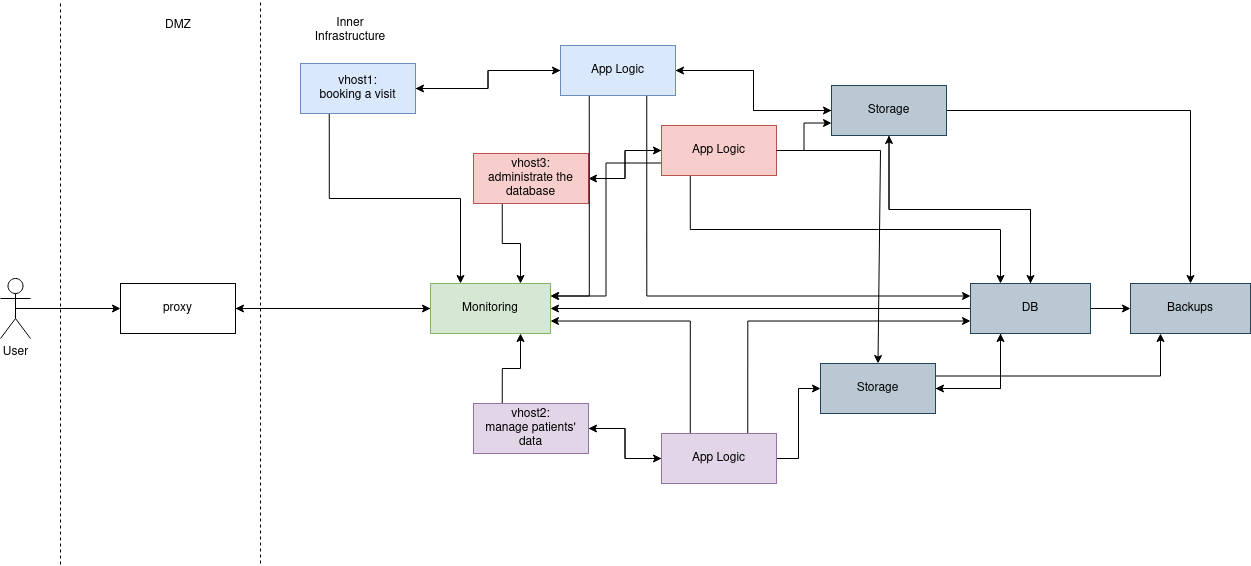
Earlier version of the draw.io export misc/bov-project.png (Kryozen/hospital-infrastructure-using-docker). Source tidied: cells renumbered, new cells last; positions are measured from the earlier drawing's top-left corner, leaving out a move shared by most shapes.
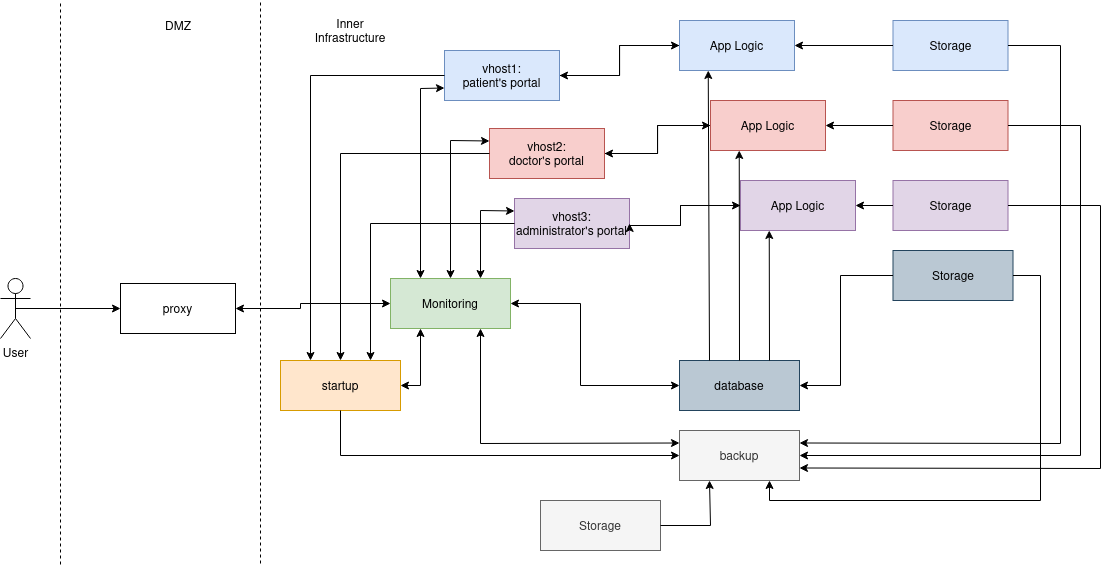
Later version of the same file.

Change to the diagram source:
```diff
@@ -7,7 +7,4 @@
     </mxCell>
-    <mxCell id="3" style="edgeStyle=orthogonalEdgeStyle;rounded=0;jettySize=auto;html=1;exitX=0.25;exitY=1;exitDx=0;exitDy=0;entryX=0.25;entryY=0;entryDx=0;entryDy=0;" parent="1" edge="1" source="4" target="17">
-      <mxGeometry relative="1" as="geometry" />
-    </mxCell>
-    <mxCell id="4" value="vhost1:&lt;br&gt;booking a visit" style="rounded=0;whiteSpace=wrap;html=1;fillColor=#dae8fc;strokeColor=#6c8ebf;" parent="1" vertex="1">
-      <mxGeometry x="300" y="63" width="115" height="50" as="geometry" />
+    <mxCell id="4" value="vhost1:&lt;br&gt;patient's portal" style="rounded=0;whiteSpace=wrap;html=1;fillColor=#dae8fc;strokeColor=#6c8ebf;" parent="1" vertex="1">
+      <mxGeometry x="444" y="50" width="115" height="50" as="geometry" />
     </mxCell>
@@ -16,16 +13,15 @@
     </mxCell>
-    <mxCell id="6" style="edgeStyle=orthogonalEdgeStyle;rounded=0;jettySize=auto;html=1;exitX=0.25;exitY=1;exitDx=0;exitDy=0;entryX=0.75;entryY=0;entryDx=0;entryDy=0;" parent="1" edge="1" source="7" target="17">
-      <mxGeometry relative="1" as="geometry" />
-    </mxCell>
-    <mxCell id="7" value="vhost3:&lt;br&gt;administrate the database" style="rounded=0;whiteSpace=wrap;html=1;fillColor=#f8cecc;strokeColor=#b85450;" parent="1" vertex="1">
-      <mxGeometry x="473" y="153" width="115" height="50" as="geometry" />
+    <mxCell id="7" value="vhost2:&lt;br&gt;doctor's portal" style="rounded=0;whiteSpace=wrap;html=1;fillColor=#f8cecc;strokeColor=#b85450;" parent="1" vertex="1">
+      <mxGeometry x="489" y="128" width="115" height="50" as="geometry" />
     </mxCell>
     <mxCell id="8" style="edgeStyle=orthogonalEdgeStyle;rounded=0;jettySize=auto;html=1;exitX=1;exitY=0.5;exitDx=0;exitDy=0;entryX=0;entryY=0.5;entryDx=0;entryDy=0;" parent="1" edge="1" source="10" target="36">
-      <mxGeometry relative="1" as="geometry" />
+      <mxGeometry relative="1" as="geometry">
+        <Array as="points">
+          <mxPoint x="680" y="225" />
+          <mxPoint x="680" y="205" />
+        </Array>
+      </mxGeometry>
     </mxCell>
-    <mxCell id="9" style="edgeStyle=orthogonalEdgeStyle;rounded=0;jettySize=auto;html=1;exitX=0.25;exitY=0;exitDx=0;exitDy=0;entryX=0.75;entryY=1;entryDx=0;entryDy=0;" parent="1" edge="1" source="10" target="17">
-      <mxGeometry relative="1" as="geometry" />
-    </mxCell>
-    <mxCell id="10" value="vhost2:&lt;br&gt;manage patients' data" style="rounded=0;whiteSpace=wrap;html=1;fillColor=#e1d5e7;strokeColor=#9673a6;" parent="1" vertex="1">
-      <mxGeometry x="473" y="403" width="115" height="50" as="geometry" />
+    <mxCell id="10" value="vhost3:&lt;br&gt;administrator's portal" style="rounded=0;whiteSpace=wrap;html=1;fillColor=#e1d5e7;strokeColor=#9673a6;" parent="1" vertex="1">
+      <mxGeometry x="514" y="198" width="115" height="50" as="geometry" />
     </mxCell>
@@ -34,5 +30,2 @@
     </mxCell>
-    <mxCell id="12" style="edgeStyle=orthogonalEdgeStyle;rounded=0;jettySize=auto;html=1;exitX=1;exitY=0.5;exitDx=0;exitDy=0;entryX=0;entryY=0.5;entryDx=0;entryDy=0;" parent="1" edge="1" source="13" target="17">
-      <mxGeometry relative="1" as="geometry" />
-    </mxCell>
     <mxCell id="13" value="proxy" style="rounded=0;whiteSpace=wrap;html=1;" parent="1" vertex="1">
@@ -52,7 +45,4 @@
     </mxCell>
-    <mxCell id="16" style="edgeStyle=orthogonalEdgeStyle;rounded=0;jettySize=auto;html=1;exitX=0;exitY=0.5;exitDx=0;exitDy=0;entryX=1;entryY=0.5;entryDx=0;entryDy=0;" parent="1" edge="1" source="17" target="13">
-      <mxGeometry relative="1" as="geometry" />
-    </mxCell>
     <mxCell id="17" value="Monitoring" style="rounded=0;whiteSpace=wrap;html=1;fillColor=#d5e8d4;strokeColor=#82b366;" parent="1" vertex="1">
-      <mxGeometry x="430" y="283" width="120" height="50" as="geometry" />
+      <mxGeometry x="390" y="278" width="120" height="50" as="geometry" />
     </mxCell>
@@ -61,13 +51,4 @@
     </mxCell>
-    <mxCell id="19" style="edgeStyle=orthogonalEdgeStyle;rounded=0;jettySize=auto;html=1;exitX=1;exitY=0.5;exitDx=0;exitDy=0;entryX=0;entryY=0.5;entryDx=0;entryDy=0;" parent="1" edge="1" source="22" target="31">
-      <mxGeometry relative="1" as="geometry" />
-    </mxCell>
-    <mxCell id="20" style="edgeStyle=orthogonalEdgeStyle;rounded=0;jettySize=auto;html=1;exitX=0.75;exitY=1;exitDx=0;exitDy=0;entryX=0;entryY=0.25;entryDx=0;entryDy=0;" parent="1" edge="1" source="22" target="44">
-      <mxGeometry relative="1" as="geometry" />
-    </mxCell>
-    <mxCell id="21" style="edgeStyle=orthogonalEdgeStyle;rounded=0;jettySize=auto;html=1;exitX=0.25;exitY=1;exitDx=0;exitDy=0;entryX=1;entryY=0.25;entryDx=0;entryDy=0;" parent="1" edge="1" source="22" target="17">
-      <mxGeometry relative="1" as="geometry" />
-    </mxCell>
     <mxCell id="22" value="App Logic" style="rounded=0;whiteSpace=wrap;html=1;fillColor=#dae8fc;strokeColor=#6c8ebf;" parent="1" vertex="1">
-      <mxGeometry x="560" y="45" width="115" height="50" as="geometry" />
+      <mxGeometry x="679" y="20" width="115" height="50" as="geometry" />
     </mxCell>
@@ -76,68 +57,16 @@
     </mxCell>
-    <mxCell id="24" style="edgeStyle=orthogonalEdgeStyle;rounded=0;jettySize=auto;html=1;exitX=1;exitY=0.5;exitDx=0;exitDy=0;entryX=0;entryY=0.75;entryDx=0;entryDy=0;" parent="1" edge="1" source="27" target="31">
-      <mxGeometry relative="1" as="geometry" />
-    </mxCell>
-    <mxCell id="25" style="edgeStyle=orthogonalEdgeStyle;rounded=0;jettySize=auto;html=1;exitX=0.25;exitY=1;exitDx=0;exitDy=0;entryX=0.25;entryY=0;entryDx=0;entryDy=0;" parent="1" edge="1" source="27" target="44">
-      <mxGeometry relative="1" as="geometry" />
-    </mxCell>
-    <mxCell id="26" style="edgeStyle=orthogonalEdgeStyle;rounded=0;jettySize=auto;html=1;exitX=0;exitY=0.75;exitDx=0;exitDy=0;entryX=1;entryY=0.25;entryDx=0;entryDy=0;" parent="1" edge="1" source="27" target="17">
-      <mxGeometry relative="1" as="geometry" />
-    </mxCell>
-    <mxCell id="27" value="App Logic" style="rounded=0;whiteSpace=wrap;html=1;fillColor=#f8cecc;strokeColor=#b85450;" parent="1" vertex="1">
-      <mxGeometry x="661" y="125" width="115" height="50" as="geometry" />
-    </mxCell>
-    <mxCell id="28" style="edgeStyle=orthogonalEdgeStyle;rounded=0;jettySize=auto;html=1;exitX=0;exitY=0.5;exitDx=0;exitDy=0;entryX=1;entryY=0.5;entryDx=0;entryDy=0;" parent="1" edge="1" source="31" target="22">
-      <mxGeometry relative="1" as="geometry" />
-    </mxCell>
-    <mxCell id="29" style="edgeStyle=orthogonalEdgeStyle;rounded=0;jettySize=auto;html=1;exitX=0.5;exitY=1;exitDx=0;exitDy=0;entryX=0.5;entryY=0;entryDx=0;entryDy=0;" parent="1" edge="1" source="31" target="44">
-      <mxGeometry relative="1" as="geometry" />
-    </mxCell>
-    <mxCell id="30" style="edgeStyle=orthogonalEdgeStyle;rounded=0;jettySize=auto;html=1;exitX=1;exitY=0.5;exitDx=0;exitDy=0;entryX=0.5;entryY=0;entryDx=0;entryDy=0;" parent="1" edge="1" source="31" target="45">
-      <mxGeometry relative="1" as="geometry" />
-    </mxCell>
-    <mxCell id="31" value="Storage" style="rounded=0;whiteSpace=wrap;html=1;fillColor=#bac8d3;strokeColor=#23445d;" parent="1" vertex="1">
-      <mxGeometry x="831" y="85" width="115" height="50" as="geometry" />
-    </mxCell>
     <mxCell id="32" style="edgeStyle=orthogonalEdgeStyle;rounded=0;jettySize=auto;html=1;exitX=0;exitY=0.5;exitDx=0;exitDy=0;entryX=1;entryY=0.5;entryDx=0;entryDy=0;" parent="1" edge="1" source="36" target="10">
-      <mxGeometry relative="1" as="geometry" />
+      <mxGeometry relative="1" as="geometry">
+        <Array as="points">
+          <mxPoint x="680" y="205" />
+          <mxPoint x="680" y="225" />
+        </Array>
+      </mxGeometry>
     </mxCell>
-    <mxCell id="33" style="edgeStyle=orthogonalEdgeStyle;rounded=0;jettySize=auto;html=1;exitX=1;exitY=0.5;exitDx=0;exitDy=0;entryX=0;entryY=0.5;entryDx=0;entryDy=0;" parent="1" edge="1" source="36" target="39">
-      <mxGeometry relative="1" as="geometry" />
-    </mxCell>
-    <mxCell id="34" style="edgeStyle=orthogonalEdgeStyle;rounded=0;jettySize=auto;html=1;exitX=0.75;exitY=0;exitDx=0;exitDy=0;entryX=0;entryY=0.75;entryDx=0;entryDy=0;" parent="1" edge="1" source="36" target="44">
-      <mxGeometry relative="1" as="geometry" />
-    </mxCell>
-    <mxCell id="35" style="edgeStyle=orthogonalEdgeStyle;rounded=0;jettySize=auto;html=1;exitX=0.25;exitY=0;exitDx=0;exitDy=0;entryX=1;entryY=0.75;entryDx=0;entryDy=0;" parent="1" edge="1" source="36" target="17">
-      <mxGeometry relative="1" as="geometry" />
-    </mxCell>
     <mxCell id="36" value="App Logic" style="rounded=0;whiteSpace=wrap;html=1;fillColor=#e1d5e7;strokeColor=#9673a6;" parent="1" vertex="1">
-      <mxGeometry x="661" y="433" width="115" height="50" as="geometry" />
+      <mxGeometry x="740" y="180" width="115" height="50" as="geometry" />
     </mxCell>
-    <mxCell id="37" style="edgeStyle=orthogonalEdgeStyle;rounded=0;jettySize=auto;html=1;exitX=1;exitY=0.5;exitDx=0;exitDy=0;entryX=0.25;entryY=1;entryDx=0;entryDy=0;" parent="1" edge="1" source="39" target="44">
-      <mxGeometry relative="1" as="geometry" />
-    </mxCell>
-    <mxCell id="38" style="edgeStyle=orthogonalEdgeStyle;rounded=0;jettySize=auto;html=1;exitX=1;exitY=0.25;exitDx=0;exitDy=0;entryX=0.25;entryY=1;entryDx=0;entryDy=0;" parent="1" edge="1" source="39" target="45">
-      <mxGeometry relative="1" as="geometry" />
-    </mxCell>
-    <mxCell id="39" value="Storage" style="rounded=0;whiteSpace=wrap;html=1;fillColor=#bac8d3;strokeColor=#23445d;" parent="1" vertex="1">
-      <mxGeometry x="820" y="363" width="115" height="50" as="geometry" />
-    </mxCell>
-    <mxCell id="40" style="edgeStyle=orthogonalEdgeStyle;rounded=0;jettySize=auto;html=1;exitX=0.5;exitY=0;exitDx=0;exitDy=0;entryX=0.5;entryY=1;entryDx=0;entryDy=0;" parent="1" edge="1" source="44" target="31">
-      <mxGeometry relative="1" as="geometry" />
-    </mxCell>
-    <mxCell id="41" style="edgeStyle=orthogonalEdgeStyle;rounded=0;jettySize=auto;html=1;exitX=0.25;exitY=1;exitDx=0;exitDy=0;entryX=1;entryY=0.5;entryDx=0;entryDy=0;" parent="1" edge="1" source="44" target="39">
-      <mxGeometry relative="1" as="geometry" />
-    </mxCell>
-    <mxCell id="42" style="edgeStyle=orthogonalEdgeStyle;rounded=0;jettySize=auto;html=1;exitX=0;exitY=0.5;exitDx=0;exitDy=0;entryX=1;entryY=0.5;entryDx=0;entryDy=0;" parent="1" edge="1" source="44" target="17">
-      <mxGeometry relative="1" as="geometry" />
-    </mxCell>
-    <mxCell id="43" style="edgeStyle=orthogonalEdgeStyle;rounded=0;jettySize=auto;html=1;exitX=1;exitY=0.5;exitDx=0;exitDy=0;entryX=0;entryY=0.5;entryDx=0;entryDy=0;" parent="1" edge="1" source="44" target="45">
-      <mxGeometry relative="1" as="geometry" />
-    </mxCell>
-    <mxCell id="44" value="DB" style="rounded=0;whiteSpace=wrap;html=1;fillColor=#bac8d3;strokeColor=#23445d;" parent="1" vertex="1">
-      <mxGeometry x="970" y="283" width="120" height="50" as="geometry" />
+    <mxCell id="44" value="database" style="rounded=0;whiteSpace=wrap;html=1;fillColor=#bac8d3;strokeColor=#23445d;" parent="1" vertex="1">
+      <mxGeometry x="679" y="360" width="120" height="50" as="geometry" />
     </mxCell>
-    <mxCell id="45" value="Backups" style="rounded=0;whiteSpace=wrap;html=1;fillColor=#bac8d3;strokeColor=#23445d;" parent="1" vertex="1">
-      <mxGeometry x="1130" y="283" width="120" height="50" as="geometry" />
-    </mxCell>
     <mxCell id="46" value="DMZ" style="text;html=1;strokeColor=none;fillColor=none;align=center;verticalAlign=middle;whiteSpace=wrap;rounded=0;" parent="1" vertex="1">
@@ -148,9 +77,2 @@
     </mxCell>
-    <mxCell id="48" style="endArrow=classic;html=1;rounded=0;exitX=1;exitY=0.5;exitDx=0;exitDy=0;entryX=0.5;entryY=0;entryDx=0;entryDy=0;" parent="1" edge="1" source="27" target="39">
-      <mxGeometry relative="1" as="geometry">
-        <Array as="points">
-          <mxPoint x="880" y="150" />
-        </Array>
-      </mxGeometry>
-    </mxCell>
     <mxCell id="49" style="endArrow=classic;html=1;rounded=0;exitX=0.5;exitY=0.5;exitDx=0;exitDy=0;exitPerimeter=0;entryX=0;entryY=0.5;entryDx=0;entryDy=0;" parent="1" edge="1" source="11" target="13">
@@ -158,2 +80,171 @@
     </mxCell>
+    <mxCell id="27" value="App Logic" style="rounded=0;whiteSpace=wrap;html=1;fillColor=#f8cecc;strokeColor=#b85450;" parent="1" vertex="1">
+      <mxGeometry x="710" y="100" width="115" height="50" as="geometry" />
+    </mxCell>
+    <mxCell id="50" value="startup" style="rounded=0;whiteSpace=wrap;html=1;fillColor=#ffe6cc;strokeColor=#d79b00;" parent="1" vertex="1">
+      <mxGeometry x="280" y="360" width="120" height="50" as="geometry" />
+    </mxCell>
+    <mxCell id="51" style="endArrow=classic;html=1;rounded=0;entryX=0.25;entryY=0;entryDx=0;entryDy=0;exitX=0;exitY=0.5;exitDx=0;exitDy=0;" parent="1" edge="1" source="4" target="50">
+      <mxGeometry relative="1" as="geometry">
+        <Array as="points">
+          <mxPoint x="310" y="75" />
+        </Array>
+      </mxGeometry>
+    </mxCell>
+    <mxCell id="52" style="endArrow=classic;html=1;rounded=0;entryX=0.5;entryY=0;entryDx=0;entryDy=0;exitX=0;exitY=0.5;exitDx=0;exitDy=0;" parent="1" edge="1" source="7" target="50">
+      <mxGeometry relative="1" as="geometry">
+        <Array as="points">
+          <mxPoint x="340" y="153" />
+        </Array>
+      </mxGeometry>
+    </mxCell>
+    <mxCell id="53" style="endArrow=classic;html=1;rounded=0;entryX=0.75;entryY=0;entryDx=0;entryDy=0;exitX=0;exitY=0.5;exitDx=0;exitDy=0;" parent="1" edge="1" source="10" target="50">
+      <mxGeometry relative="1" as="geometry">
+        <Array as="points">
+          <mxPoint x="370" y="223" />
+        </Array>
+      </mxGeometry>
+    </mxCell>
+    <mxCell id="54" value="Storage" style="rounded=0;whiteSpace=wrap;html=1;fillColor=#dae8fc;strokeColor=#6c8ebf;" parent="1" vertex="1">
+      <mxGeometry x="892.5" y="20" width="115" height="50" as="geometry" />
+    </mxCell>
+    <mxCell id="55" value="Storage" style="rounded=0;whiteSpace=wrap;html=1;fillColor=#f8cecc;strokeColor=#b85450;" parent="1" vertex="1">
+      <mxGeometry x="892.5" y="100" width="115" height="50" as="geometry" />
+    </mxCell>
+    <mxCell id="56" value="Storage" style="rounded=0;whiteSpace=wrap;html=1;fillColor=#e1d5e7;strokeColor=#9673a6;" parent="1" vertex="1">
+      <mxGeometry x="892.5" y="180" width="115" height="50" as="geometry" />
+    </mxCell>
+    <mxCell id="57" style="endArrow=classic;html=1;rounded=0;entryX=0.25;entryY=1;entryDx=0;entryDy=0;exitX=0.25;exitY=0;exitDx=0;exitDy=0;" parent="1" edge="1" source="44" target="22">
+      <mxGeometry relative="1" as="geometry" />
+    </mxCell>
+    <mxCell id="58" style="endArrow=classic;html=1;rounded=0;exitX=0.5;exitY=0;exitDx=0;exitDy=0;entryX=0.25;entryY=1;entryDx=0;entryDy=0;" parent="1" edge="1" source="44" target="27">
+      <mxGeometry relative="1" as="geometry" />
+    </mxCell>
+    <mxCell id="59" style="endArrow=classic;html=1;rounded=0;exitX=0.75;exitY=0;exitDx=0;exitDy=0;entryX=0.25;entryY=1;entryDx=0;entryDy=0;" parent="1" edge="1" source="44" target="36">
+      <mxGeometry relative="1" as="geometry" />
+    </mxCell>
+    <mxCell id="60" value="Storage" style="rounded=0;whiteSpace=wrap;html=1;fillColor=#bac8d3;strokeColor=#23445d;" parent="1" vertex="1">
+      <mxGeometry x="892.5" y="250" width="120" height="50" as="geometry" />
+    </mxCell>
+    <mxCell id="61" style="endArrow=classic;html=1;rounded=0;entryX=1;entryY=0.5;entryDx=0;entryDy=0;exitX=0;exitY=0.5;exitDx=0;exitDy=0;" parent="1" edge="1" source="54" target="22">
+      <mxGeometry relative="1" as="geometry" />
+    </mxCell>
+    <mxCell id="62" style="endArrow=classic;html=1;rounded=0;entryX=1;entryY=0.5;entryDx=0;entryDy=0;exitX=0;exitY=0.5;exitDx=0;exitDy=0;" parent="1" edge="1" source="55" target="27">
+      <mxGeometry relative="1" as="geometry" />
+    </mxCell>
+    <mxCell id="63" style="endArrow=classic;html=1;rounded=0;exitX=0;exitY=0.5;exitDx=0;exitDy=0;entryX=1;entryY=0.5;entryDx=0;entryDy=0;" parent="1" edge="1" source="56" target="36">
+      <mxGeometry relative="1" as="geometry" />
+    </mxCell>
+    <mxCell id="64" style="endArrow=classic;html=1;rounded=0;entryX=1;entryY=0.5;entryDx=0;entryDy=0;exitX=0;exitY=0.5;exitDx=0;exitDy=0;" parent="1" edge="1" source="60" target="44">
+      <mxGeometry relative="1" as="geometry">
+        <Array as="points">
+          <mxPoint x="840" y="275" />
+          <mxPoint x="840" y="385" />
+        </Array>
+      </mxGeometry>
+    </mxCell>
+    <mxCell id="65" value="backup" style="rounded=0;whiteSpace=wrap;html=1;fillColor=#f5f5f5;strokeColor=#666666;fontColor=#333333;" parent="1" vertex="1">
+      <mxGeometry x="679" y="430" width="120" height="50" as="geometry" />
+    </mxCell>
+    <mxCell id="66" style="endArrow=classic;html=1;rounded=0;entryX=1;entryY=0.75;entryDx=0;entryDy=0;exitX=1;exitY=0.5;exitDx=0;exitDy=0;" parent="1" edge="1" source="56" target="65">
+      <mxGeometry relative="1" as="geometry">
+        <Array as="points">
+          <mxPoint x="1100" y="205" />
+          <mxPoint x="1100" y="468" />
+        </Array>
+      </mxGeometry>
+    </mxCell>
+    <mxCell id="67" style="endArrow=classic;html=1;rounded=0;entryX=1;entryY=0.5;entryDx=0;entryDy=0;exitX=1;exitY=0.5;exitDx=0;exitDy=0;" parent="1" edge="1" source="55" target="65">
+      <mxGeometry relative="1" as="geometry">
+        <Array as="points">
+          <mxPoint x="1080" y="125" />
+          <mxPoint x="1080" y="455" />
+        </Array>
+      </mxGeometry>
+    </mxCell>
+    <mxCell id="68" style="endArrow=classic;html=1;rounded=0;entryX=1;entryY=0.25;entryDx=0;entryDy=0;exitX=1;exitY=0.5;exitDx=0;exitDy=0;" parent="1" edge="1" source="54" target="65">
+      <mxGeometry relative="1" as="geometry">
+        <Array as="points">
+          <mxPoint x="1060" y="45" />
+          <mxPoint x="1060" y="443" />
+        </Array>
+      </mxGeometry>
+    </mxCell>
+    <mxCell id="69" style="endArrow=classic;html=1;rounded=0;entryX=0.75;entryY=1;entryDx=0;entryDy=0;exitX=1;exitY=0.5;exitDx=0;exitDy=0;" parent="1" edge="1" source="60" target="65">
+      <mxGeometry relative="1" as="geometry">
+        <Array as="points">
+          <mxPoint x="1040" y="275" />
+          <mxPoint x="1040" y="500" />
+          <mxPoint x="769" y="500" />
+        </Array>
+      </mxGeometry>
+    </mxCell>
+    <mxCell id="70" style="endArrow=classic;html=1;rounded=0;exitX=0.5;exitY=1;exitDx=0;exitDy=0;entryX=0;entryY=0.5;entryDx=0;entryDy=0;" parent="1" edge="1" source="50" target="65">
+      <mxGeometry relative="1" as="geometry">
+        <Array as="points">
+          <mxPoint x="340" y="455" />
+        </Array>
+      </mxGeometry>
+    </mxCell>
+    <mxCell id="71" style="endArrow=classic;startArrow=classic;html=1;rounded=0;exitX=1;exitY=0.5;exitDx=0;exitDy=0;entryX=0;entryY=0.5;entryDx=0;entryDy=0;" parent="1" edge="1" source="17" target="44">
+      <mxGeometry relative="1" as="geometry">
+        <Array as="points">
+          <mxPoint x="580" y="303" />
+          <mxPoint x="580" y="385" />
+        </Array>
+      </mxGeometry>
+    </mxCell>
+    <mxCell id="72" style="endArrow=classic;startArrow=classic;html=1;rounded=0;exitX=0.25;exitY=1;exitDx=0;exitDy=0;entryX=1;entryY=0.5;entryDx=0;entryDy=0;" parent="1" edge="1" source="17" target="50">
+      <mxGeometry relative="1" as="geometry">
+        <Array as="points">
+          <mxPoint x="420" y="385" />
+        </Array>
+      </mxGeometry>
+    </mxCell>
+    <mxCell id="12" style="endArrow=classic;startArrow=classic;html=1;rounded=0;exitX=1;exitY=0.5;exitDx=0;exitDy=0;entryX=0;entryY=0.5;entryDx=0;entryDy=0;" parent="1" edge="1" source="13" target="17">
+      <mxGeometry relative="1" as="geometry">
+        <Array as="points">
+          <mxPoint x="300" y="308" />
+          <mxPoint x="300" y="303" />
+        </Array>
+      </mxGeometry>
+    </mxCell>
+    <mxCell id="73" style="endArrow=classic;startArrow=classic;html=1;rounded=0;exitX=0.25;exitY=0;exitDx=0;exitDy=0;entryX=0;entryY=0.75;entryDx=0;entryDy=0;" parent="1" edge="1" source="17" target="4">
+      <mxGeometry relative="1" as="geometry">
+        <Array as="points">
+          <mxPoint x="420" y="88" />
+        </Array>
+      </mxGeometry>
+    </mxCell>
+    <mxCell id="74" style="endArrow=classic;startArrow=classic;html=1;rounded=0;exitX=0.5;exitY=0;exitDx=0;exitDy=0;entryX=0;entryY=0.25;entryDx=0;entryDy=0;" parent="1" edge="1" source="17" target="7">
+      <mxGeometry relative="1" as="geometry">
+        <Array as="points">
+          <mxPoint x="450" y="140" />
+        </Array>
+      </mxGeometry>
+    </mxCell>
+    <mxCell id="75" style="endArrow=classic;startArrow=classic;html=1;rounded=0;entryX=0;entryY=0.25;entryDx=0;entryDy=0;exitX=0.75;exitY=0;exitDx=0;exitDy=0;" parent="1" edge="1" source="17" target="10">
+      <mxGeometry relative="1" as="geometry">
+        <Array as="points">
+          <mxPoint x="480" y="210" />
+        </Array>
+      </mxGeometry>
+    </mxCell>
+    <mxCell id="76" style="endArrow=classic;startArrow=classic;html=1;rounded=0;exitX=0.75;exitY=1;exitDx=0;exitDy=0;entryX=0;entryY=0.25;entryDx=0;entryDy=0;" parent="1" edge="1" source="17" target="65">
+      <mxGeometry relative="1" as="geometry">
+        <Array as="points">
+          <mxPoint x="480" y="443" />
+        </Array>
+      </mxGeometry>
+    </mxCell>
+    <mxCell id="77" value="Storage" style="rounded=0;whiteSpace=wrap;html=1;fillColor=#f5f5f5;strokeColor=#666666;fontColor=#333333;" parent="1" vertex="1">
+      <mxGeometry x="540" y="500" width="120" height="50" as="geometry" />
+    </mxCell>
+    <mxCell id="78" style="endArrow=classic;html=1;rounded=0;entryX=0.25;entryY=1;entryDx=0;entryDy=0;exitX=1;exitY=0.5;exitDx=0;exitDy=0;" parent="1" edge="1" source="77" target="65">
+      <mxGeometry relative="1" as="geometry">
+        <Array as="points">
+          <mxPoint x="710" y="525" />
+        </Array>
+      </mxGeometry>
+    </mxCell>
   </root>
```
